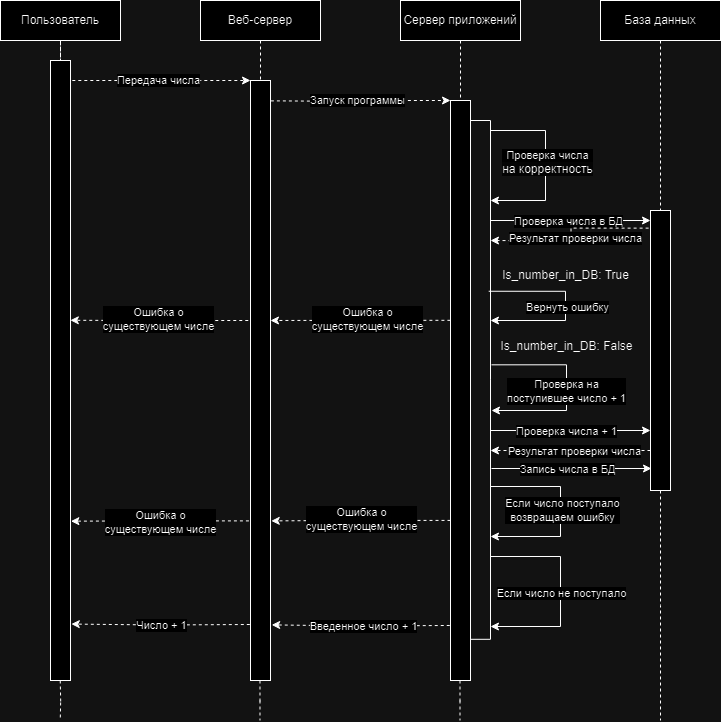
Above: Диаграмма последовательности.drawio.png in uselesscloudlet/DSCM (draw.io), before the change. Source tidied: cells renumbered, new cells last; positions are measured from the earlier drawing's top-left corner, leaving out a move shared by most shapes.
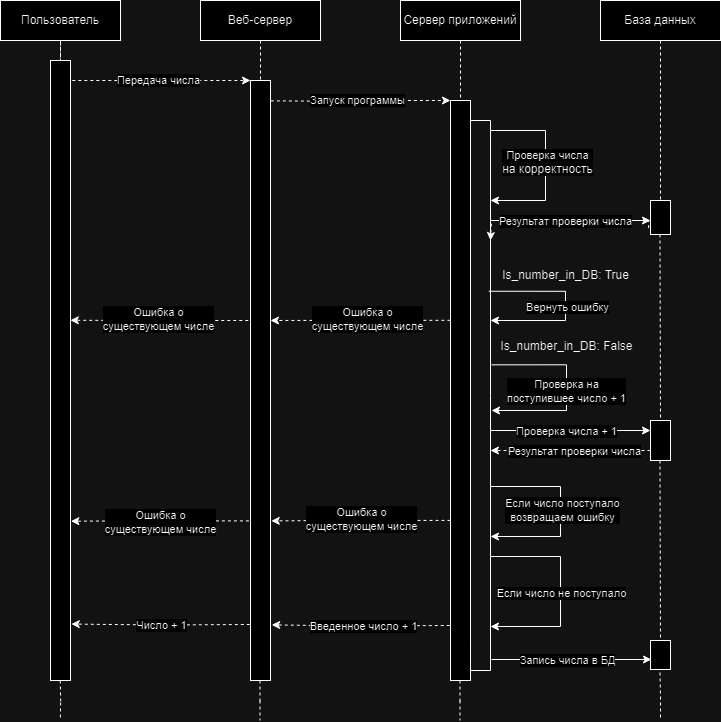
After the change.

The edit, as a diff of the source:
```diff
@@ -20,8 +20,10 @@
     <mxCell id="7" value="Сервер приложений" style="rounded=0;whiteSpace=wrap;html=1;" parent="1" vertex="1">
       <mxGeometry x="400" width="120" height="40" as="geometry" />
     </mxCell>
-    <mxCell id="8" style="edgeStyle=orthogonalEdgeStyle;rounded=0;jettySize=auto;html=1;entryX=0.5;entryY=0;entryDx=0;entryDy=0;dashed=1;endArrow=none;endFill=0;" parent="1" edge="1" source="9" target="30">
-      <mxGeometry relative="1" as="geometry" />
+    <mxCell id="8" style="edgeStyle=orthogonalEdgeStyle;rounded=0;jettySize=auto;html=1;entryX=0.5;entryY=0;entryDx=0;entryDy=0;dashed=1;endArrow=none;endFill=0;" parent="1" edge="1" source="9">
+      <mxGeometry relative="1" as="geometry">
+        <mxPoint x="660" y="210" as="targetPoint" />
+      </mxGeometry>
     </mxCell>
     <mxCell id="9" value="База данных" style="rounded=0;whiteSpace=wrap;html=1;" parent="1" vertex="1">
       <mxGeometry x="600" width="120" height="40" as="geometry" />
@@ -100,8 +102,9 @@
     <mxCell id="22" style="rounded=0;whiteSpace=wrap;html=1;" parent="1" vertex="1">
       <mxGeometry x="450" y="100" width="20" height="580" as="geometry" />
     </mxCell>
-    <mxCell id="23" style="edgeStyle=orthogonalEdgeStyle;rounded=0;jettySize=auto;html=1;startArrow=classic;startFill=1;endArrow=none;endFill=0;" parent="1" edge="1" source="30">
+    <mxCell id="23" style="edgeStyle=orthogonalEdgeStyle;rounded=0;orthogonalLoop=1;jettySize=auto;html=1;startArrow=classic;startFill=1;endArrow=none;endFill=0;" parent="1" edge="1">
       <mxGeometry relative="1" as="geometry">
+        <mxPoint x="650" y="220" as="sourcePoint" />
         <mxPoint x="490" y="220" as="targetPoint" />
         <Array as="points">
           <mxPoint x="530" y="220" />
@@ -112,9 +115,14 @@
     <mxCell id="24" value="Проверка числа в БД" style="edgeLabel;html=1;align=center;verticalAlign=middle;" parent="23" vertex="1">
       <mxGeometry x="0.04" relative="1" as="geometry" />
     </mxCell>
-    <mxCell id="25" style="edgeStyle=orthogonalEdgeStyle;rounded=0;jettySize=auto;html=1;exitX=-0.094;exitY=0.063;exitDx=0;exitDy=0;exitPerimeter=0;dashed=1;" parent="1" edge="1" source="30">
+    <mxCell id="25" style="edgeStyle=orthogonalEdgeStyle;rounded=0;orthogonalLoop=1;jettySize=auto;html=1;exitX=-0.094;exitY=0.063;exitDx=0;exitDy=0;exitPerimeter=0;dashed=1;" parent="1" edge="1">
       <mxGeometry relative="1" as="geometry">
+        <mxPoint x="648.1" y="227.6" as="sourcePoint" />
         <mxPoint x="490" y="240" as="targetPoint" />
+        <Array as="points">
+          <mxPoint x="648" y="220" />
+          <mxPoint x="491" y="220" />
+        </Array>
       </mxGeometry>
     </mxCell>
     <mxCell id="26" value="Результат проверки числа" style="edgeLabel;html=1;align=center;verticalAlign=middle;" parent="25" vertex="1">
@@ -122,8 +130,9 @@
         <mxPoint x="4" as="offset" />
       </mxGeometry>
     </mxCell>
-    <mxCell id="27" style="edgeStyle=orthogonalEdgeStyle;rounded=0;jettySize=auto;html=1;dashed=1;" parent="1" edge="1" source="30">
+    <mxCell id="27" style="edgeStyle=orthogonalEdgeStyle;rounded=0;orthogonalLoop=1;jettySize=auto;html=1;dashed=1;" parent="1" edge="1">
       <mxGeometry relative="1" as="geometry">
+        <mxPoint x="650" y="450" as="sourcePoint" />
         <mxPoint x="490" y="450" as="targetPoint" />
         <Array as="points">
           <mxPoint x="610" y="450" />
@@ -136,20 +145,13 @@
         <mxPoint x="3" as="offset" />
       </mxGeometry>
     </mxCell>
-    <mxCell id="29" style="edgeStyle=orthogonalEdgeStyle;rounded=0;jettySize=auto;html=1;endArrow=none;endFill=0;dashed=1;" parent="1" edge="1" source="30">
-      <mxGeometry relative="1" as="geometry">
-        <mxPoint x="660" y="720" as="targetPoint" />
-      </mxGeometry>
-    </mxCell>
-    <mxCell id="30" style="rounded=0;whiteSpace=wrap;html=1;" parent="1" vertex="1">
-      <mxGeometry x="650" y="210" width="20" height="280" as="geometry" />
-    </mxCell>
     <mxCell id="31" style="edgeStyle=orthogonalEdgeStyle;rounded=0;orthogonalLoop=1;jettySize=auto;html=1;exitX=1;exitY=0.043;exitDx=0;exitDy=0;exitPerimeter=0;endArrow=none;endFill=0;entryX=1.001;entryY=0.929;entryDx=0;entryDy=0;entryPerimeter=0;" parent="1" edge="1" source="22" target="22">
       <mxGeometry relative="1" as="geometry">
         <Array as="points">
           <mxPoint x="470" y="120" />
           <mxPoint x="490" y="120" />
-          <mxPoint x="490" y="639" />
+          <mxPoint x="490" y="670" />
+          <mxPoint x="470" y="670" />
         </Array>
       </mxGeometry>
     </mxCell>
@@ -283,12 +285,37 @@
     </mxCell>
     <mxCell id="55" style="edgeStyle=orthogonalEdgeStyle;rounded=0;orthogonalLoop=1;jettySize=auto;html=1;entryX=0;entryY=0.75;entryDx=0;entryDy=0;" parent="1" edge="1">
       <mxGeometry relative="1" as="geometry">
-        <mxPoint x="491" y="468" as="sourcePoint" />
-        <mxPoint x="651" y="468" as="targetPoint" />
+        <mxPoint x="491" y="659" as="sourcePoint" />
+        <mxPoint x="651" y="659" as="targetPoint" />
       </mxGeometry>
     </mxCell>
     <mxCell id="56" value="Запись числа в БД" style="edgeLabel;html=1;align=center;verticalAlign=middle;" parent="55" vertex="1">
       <mxGeometry x="-0.06" relative="1" as="geometry" />
     </mxCell>
+    <mxCell id="57" style="rounded=0;whiteSpace=wrap;html=1;" parent="1" vertex="1">
+      <mxGeometry x="650" y="200" width="20" height="34" as="geometry" />
+    </mxCell>
+    <mxCell id="58" style="rounded=0;whiteSpace=wrap;html=1;" parent="1" vertex="1">
+      <mxGeometry x="650" y="420" width="20" height="40" as="geometry" />
+    </mxCell>
+    <mxCell id="59" style="rounded=0;whiteSpace=wrap;html=1;" parent="1" vertex="1">
+      <mxGeometry x="650" y="640" width="20" height="29" as="geometry" />
+    </mxCell>
+    <mxCell id="60" style="edgeStyle=orthogonalEdgeStyle;rounded=0;jettySize=auto;html=1;entryX=0.5;entryY=0;entryDx=0;entryDy=0;dashed=1;endArrow=none;endFill=0;" parent="1" edge="1" target="58">
+      <mxGeometry relative="1" as="geometry">
+        <mxPoint x="659.5" y="234" as="sourcePoint" />
+      </mxGeometry>
+    </mxCell>
+    <mxCell id="61" style="edgeStyle=orthogonalEdgeStyle;rounded=0;jettySize=auto;html=1;entryX=0.5;entryY=0;entryDx=0;entryDy=0;dashed=1;endArrow=none;endFill=0;" parent="1" edge="1" target="59">
+      <mxGeometry relative="1" as="geometry">
+        <mxPoint x="659.5" y="460" as="sourcePoint" />
+      </mxGeometry>
+    </mxCell>
+    <mxCell id="62" style="edgeStyle=orthogonalEdgeStyle;rounded=0;orthogonalLoop=1;jettySize=auto;html=1;dashed=1;endArrow=none;endFill=0;" parent="1" edge="1">
+      <mxGeometry relative="1" as="geometry">
+        <mxPoint x="659.5" y="672" as="sourcePoint" />
+        <mxPoint x="660" y="720" as="targetPoint" />
+      </mxGeometry>
+    </mxCell>
   </root>
 </mxGraphModel>
```
